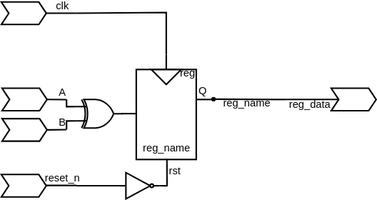
This is .pic/Basic Verilog structures/registers/fig_07.drawio.svg from MPSU/APS, a draw.io export, as it was before one commit. Source tidied: cells renumbered, new cells last; positions are measured from the earlier drawing's top-left corner, leaving out a move shared by most shapes.
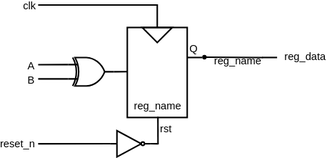
The same file after the commit.

Change to the diagram source:
```diff
@@ -1,25 +1,25 @@
-<mxGraphModel>
+<mxGraphModel background="#ffffff">
   <root>
     <mxCell id="0" />
     <mxCell id="1" parent="0" />
     <mxCell id="2" value="&lt;font style=&quot;font-size: 7px;&quot;&gt;reg_name&lt;/font&gt;" style="rounded=0;whiteSpace=wrap;html=1;verticalAlign=bottom;spacingBottom=0;fillColor=none;" parent="1" vertex="1">
       <mxGeometry x="89.5" y="45" width="40" height="60" as="geometry" />
     </mxCell>
-    <mxCell id="3" value="reg" style="text;html=1;strokeColor=none;fillColor=none;align=center;verticalAlign=middle;whiteSpace=wrap;rounded=0;fontSize=7;" parent="1" vertex="1">
-      <mxGeometry x="116.5" y="44" width="14" height="8" as="geometry" />
-    </mxCell>
     <mxCell id="4" style="endArrow=none;html=1;rounded=0;fontSize=7;" parent="1" edge="1">
       <mxGeometry relative="1" as="geometry">
         <mxPoint x="139.5" y="65" as="sourcePoint" />
         <mxPoint x="129.5" y="65" as="targetPoint" />
       </mxGeometry>
     </mxCell>
-    <mxCell id="5" style="endArrow=none;html=1;rounded=0;fontSize=7;" parent="1" edge="1">
-      <mxGeometry relative="1" as="geometry">
-        <mxPoint x="109.5" y="45" as="sourcePoint" />
-        <mxPoint x="109.5" y="35" as="targetPoint" />
-      </mxGeometry>
-    </mxCell>
+    <mxCell id="37" style="edgeStyle=orthogonalEdgeStyle;rounded=0;jettySize=auto;html=1;exitX=0;exitY=0.5;exitDx=0;exitDy=0;endArrow=none;endFill=0;" parent="1" edge="1" source="6">
+      <mxGeometry relative="1" as="geometry">
+        <mxPoint x="30" y="30" as="targetPoint" />
+        <Array as="points">
+          <mxPoint x="109" y="30" />
+          <mxPoint x="30" y="30" />
+        </Array>
+      </mxGeometry>
+    </mxCell>
     <mxCell id="6" style="triangle;whiteSpace=wrap;html=1;fontSize=7;rotation=90;fillColor=none;" parent="1" vertex="1">
       <mxGeometry x="104.5" y="40" width="10" height="20" as="geometry" />
     </mxCell>
@@ -37,56 +37,6 @@
         <mxPoint y="3" as="offset" />
       </mxGeometry>
     </mxCell>
-    <mxCell id="10" style="shape=step;perimeter=stepPerimeter;whiteSpace=wrap;html=1;fixedSize=1;labelBackgroundColor=#CB9EFF;fontSize=7;fillColor=none;size=5;" parent="1" vertex="1">
-      <mxGeometry x="-0.5" width="30" height="15" as="geometry" />
-    </mxCell>
-    <mxCell id="11" style="shape=step;perimeter=stepPerimeter;whiteSpace=wrap;html=1;fixedSize=1;labelBackgroundColor=#CB9EFF;fontSize=7;fillColor=none;size=5;" parent="1" vertex="1">
-      <mxGeometry y="57.5" width="30" height="15" as="geometry" />
-    </mxCell>
-    <mxCell id="12" style="endArrow=none;html=1;rounded=0;fontSize=7;entryX=1;entryY=0.5;entryDx=0;entryDy=0;" parent="1" edge="1" target="11">
-      <mxGeometry relative="1" as="geometry">
-        <mxPoint x="43" y="65.1" as="sourcePoint" />
-      </mxGeometry>
-    </mxCell>
-    <mxCell id="13" value="A" style="edgeLabel;html=1;align=center;verticalAlign=middle;fontSize=7;labelBackgroundColor=none;" parent="12" vertex="1">
-      <mxGeometry x="0.2" relative="1" as="geometry">
-        <mxPoint x="4" y="-5" as="offset" />
-      </mxGeometry>
-    </mxCell>
-    <mxCell id="14" style="endArrow=none;html=1;rounded=0;fontSize=7;" parent="1" edge="1">
-      <mxGeometry relative="1" as="geometry">
-        <mxPoint x="29.5" y="7.5" as="sourcePoint" />
-        <mxPoint x="49.5" y="7.5" as="targetPoint" />
-      </mxGeometry>
-    </mxCell>
-    <mxCell id="15" value="clk" style="edgeLabel;html=1;align=center;verticalAlign=middle;fontSize=7;labelBackgroundColor=none;" parent="14" vertex="1">
-      <mxGeometry x="0.4" y="-1" relative="1" as="geometry">
-        <mxPoint x="-4" y="-6" as="offset" />
-      </mxGeometry>
-    </mxCell>
-    <mxCell id="16" style="shape=step;perimeter=stepPerimeter;whiteSpace=wrap;html=1;fixedSize=1;labelBackgroundColor=#CB9EFF;fontSize=7;fillColor=none;size=5;" parent="1" vertex="1">
-      <mxGeometry x="219.5" y="57.5" width="30" height="15" as="geometry" />
-    </mxCell>
-    <mxCell id="17" style="endArrow=none;html=1;rounded=0;fontSize=7;" parent="1" edge="1">
-      <mxGeometry relative="1" as="geometry">
-        <mxPoint x="224.5" y="65" as="sourcePoint" />
-        <mxPoint x="189.5" y="65" as="targetPoint" />
-      </mxGeometry>
-    </mxCell>
-    <mxCell id="18" value="reg_data" style="edgeLabel;html=1;align=center;verticalAlign=middle;fontSize=7;labelBackgroundColor=none;" parent="17" vertex="1">
-      <mxGeometry x="0.2" relative="1" as="geometry">
-        <mxPoint x="1" y="3" as="offset" />
-      </mxGeometry>
-    </mxCell>
-    <mxCell id="19" style="endArrow=none;html=1;rounded=0;fontSize=7;" parent="1" edge="1">
-      <mxGeometry relative="1" as="geometry">
-        <mxPoint x="109.5" y="35" as="sourcePoint" />
-        <mxPoint x="49.5" y="7.5" as="targetPoint" />
-        <Array as="points">
-          <mxPoint x="109.5" y="7" />
-        </Array>
-      </mxGeometry>
-    </mxCell>
     <mxCell id="20" style="endArrow=none;html=1;rounded=0;fontSize=7;" parent="1" edge="1">
       <mxGeometry relative="1" as="geometry">
         <mxPoint x="179.5" y="65" as="sourcePoint" />
@@ -103,45 +53,8 @@
         <mxPoint x="5" y="2" as="offset" />
       </mxGeometry>
     </mxCell>
-    <mxCell id="23" style="group;" parent="1" vertex="1">
-      <mxGeometry x="-0.5" y="115" width="80" height="15" as="geometry" />
-    </mxCell>
-    <mxCell id="24" style="shape=step;perimeter=stepPerimeter;whiteSpace=wrap;html=1;fixedSize=1;labelBackgroundColor=#CB9EFF;fontSize=7;fillColor=none;size=5;" parent="23" vertex="1">
-      <mxGeometry width="30" height="15" as="geometry" />
-    </mxCell>
-    <mxCell id="25" style="endArrow=none;html=1;rounded=0;fontSize=7;" parent="23" edge="1">
-      <mxGeometry relative="1" as="geometry">
-        <mxPoint x="50" y="7.3" as="sourcePoint" />
-        <mxPoint x="30" y="7.3" as="targetPoint" />
-      </mxGeometry>
-    </mxCell>
-    <mxCell id="26" value="reset_n" style="edgeLabel;html=1;align=center;verticalAlign=middle;fontSize=7;labelBackgroundColor=none;" parent="25" vertex="1">
-      <mxGeometry x="0.2" relative="1" as="geometry">
-        <mxPoint x="2" y="-5" as="offset" />
-      </mxGeometry>
-    </mxCell>
-    <mxCell id="27" style="endArrow=none;html=1;rounded=0;fontSize=7;" parent="23" edge="1">
-      <mxGeometry relative="1" as="geometry">
-        <mxPoint x="50" y="7.5" as="sourcePoint" />
-        <mxPoint x="80" y="7.5" as="targetPoint" />
-      </mxGeometry>
-    </mxCell>
-    <mxCell id="28" style="shape=step;perimeter=stepPerimeter;whiteSpace=wrap;html=1;fixedSize=1;labelBackgroundColor=#CB9EFF;fontSize=7;fillColor=none;size=5;" parent="1" vertex="1">
-      <mxGeometry y="77.8" width="30" height="15" as="geometry" />
-    </mxCell>
-    <mxCell id="29" style="endArrow=none;html=1;rounded=0;fontSize=7;entryX=1;entryY=0.5;entryDx=0;entryDy=0;" parent="1" edge="1" target="28">
-      <mxGeometry relative="1" as="geometry">
-        <mxPoint x="43" y="85.1" as="sourcePoint" />
-      </mxGeometry>
-    </mxCell>
-    <mxCell id="30" value="B" style="edgeLabel;html=1;align=center;verticalAlign=middle;fontSize=7;labelBackgroundColor=none;" parent="29" vertex="1">
-      <mxGeometry x="0.2" relative="1" as="geometry">
-        <mxPoint x="4" y="-5" as="offset" />
-      </mxGeometry>
-    </mxCell>
-    <mxCell id="31" style="endArrow=none;html=1;rounded=0;fontSize=7;" parent="1" edge="1">
+    <mxCell id="31" style="endArrow=none;html=1;rounded=0;fontSize=7;exitX=1;exitY=0.5;exitDx=0;exitDy=0;exitPerimeter=0;" parent="1" edge="1" source="36">
       <mxGeometry relative="1" as="geometry">
-        <mxPoint x="79.5" y="74.4" as="sourcePoint" />
         <mxPoint x="89.5" y="74.4" as="targetPoint" />
       </mxGeometry>
     </mxCell>
@@ -150,21 +63,41 @@
         <mxPoint x="110" y="122.5" as="targetPoint" />
       </mxGeometry>
     </mxCell>
+    <mxCell id="38" style="edgeStyle=orthogonalEdgeStyle;rounded=0;jettySize=auto;html=1;exitX=0;exitY=0.5;exitDx=0;exitDy=0;exitPerimeter=0;endArrow=none;endFill=0;" parent="1" edge="1" source="33">
+      <mxGeometry relative="1" as="geometry">
+        <mxPoint x="30" y="122.5" as="targetPoint" />
+      </mxGeometry>
+    </mxCell>
     <mxCell id="33" style="verticalLabelPosition=bottom;shadow=0;dashed=0;align=center;html=1;verticalAlign=top;shape=mxgraph.electrical.logic_gates.inverter_2;" parent="1" vertex="1">
       <mxGeometry x="78" y="113.8" width="27" height="17.5" as="geometry" />
     </mxCell>
-    <mxCell id="34" style="edgeStyle=orthogonalEdgeStyle;rounded=0;jettySize=auto;html=1;exitX=0;exitY=0.25;exitDx=0;exitDy=0;exitPerimeter=0;endArrow=none;endFill=0;" parent="1" edge="1" source="36">
-      <mxGeometry relative="1" as="geometry">
-        <mxPoint x="43" y="65" as="targetPoint" />
-      </mxGeometry>
-    </mxCell>
-    <mxCell id="35" style="edgeStyle=orthogonalEdgeStyle;rounded=0;jettySize=auto;html=1;exitX=0;exitY=0.75;exitDx=0;exitDy=0;exitPerimeter=0;endArrow=none;endFill=0;" parent="1" edge="1" source="36">
-      <mxGeometry relative="1" as="geometry">
-        <mxPoint x="43" y="85" as="targetPoint" />
-      </mxGeometry>
-    </mxCell>
+    <mxCell id="39" style="edgeStyle=orthogonalEdgeStyle;rounded=0;jettySize=auto;html=1;exitX=0;exitY=0.25;exitDx=0;exitDy=0;exitPerimeter=0;endArrow=none;endFill=0;" parent="1" edge="1" source="36">
+      <mxGeometry relative="1" as="geometry">
+        <mxPoint x="30" y="69.7" as="targetPoint" />
+      </mxGeometry>
+    </mxCell>
+    <mxCell id="40" style="edgeStyle=orthogonalEdgeStyle;rounded=0;jettySize=auto;html=1;exitX=0;exitY=0.75;exitDx=0;exitDy=0;exitPerimeter=0;endArrow=none;endFill=0;" parent="1" edge="1" source="36">
+      <mxGeometry relative="1" as="geometry">
+        <mxPoint x="30" y="79.3" as="targetPoint" />
+      </mxGeometry>
+    </mxCell>
     <mxCell id="36" style="verticalLabelPosition=bottom;shadow=0;dashed=0;align=center;html=1;verticalAlign=top;shape=mxgraph.electrical.logic_gates.logic_gate;operation=xor;" parent="1" vertex="1">
       <mxGeometry x="50" y="65" width="30.5" height="19" as="geometry" />
     </mxCell>
+    <mxCell id="18" value="reg_data" style="edgeLabel;html=1;align=center;verticalAlign=middle;fontSize=7;labelBackgroundColor=none;" parent="1" vertex="1">
+      <mxGeometry x="208" y="65" as="geometry" />
+    </mxCell>
+    <mxCell id="26" value="reset_n" style="edgeLabel;html=1;align=center;verticalAlign=middle;fontSize=7;labelBackgroundColor=none;" parent="1" vertex="1">
+      <mxGeometry x="15.5" y="122.3" as="geometry" />
+    </mxCell>
+    <mxCell id="13" value="A" style="edgeLabel;html=1;align=center;verticalAlign=middle;fontSize=7;labelBackgroundColor=none;" parent="1" vertex="1">
+      <mxGeometry x="25" y="70" as="geometry" />
+    </mxCell>
+    <mxCell id="30" value="B" style="edgeLabel;html=1;align=center;verticalAlign=middle;fontSize=7;labelBackgroundColor=none;" parent="1" vertex="1">
+      <mxGeometry x="25" y="80" as="geometry" />
+    </mxCell>
+    <mxCell id="15" value="clk" style="edgeLabel;html=1;align=center;verticalAlign=middle;fontSize=7;labelBackgroundColor=none;" parent="1" vertex="1">
+      <mxGeometry x="24" y="30" as="geometry" />
+    </mxCell>
   </root>
 </mxGraphModel>
```
